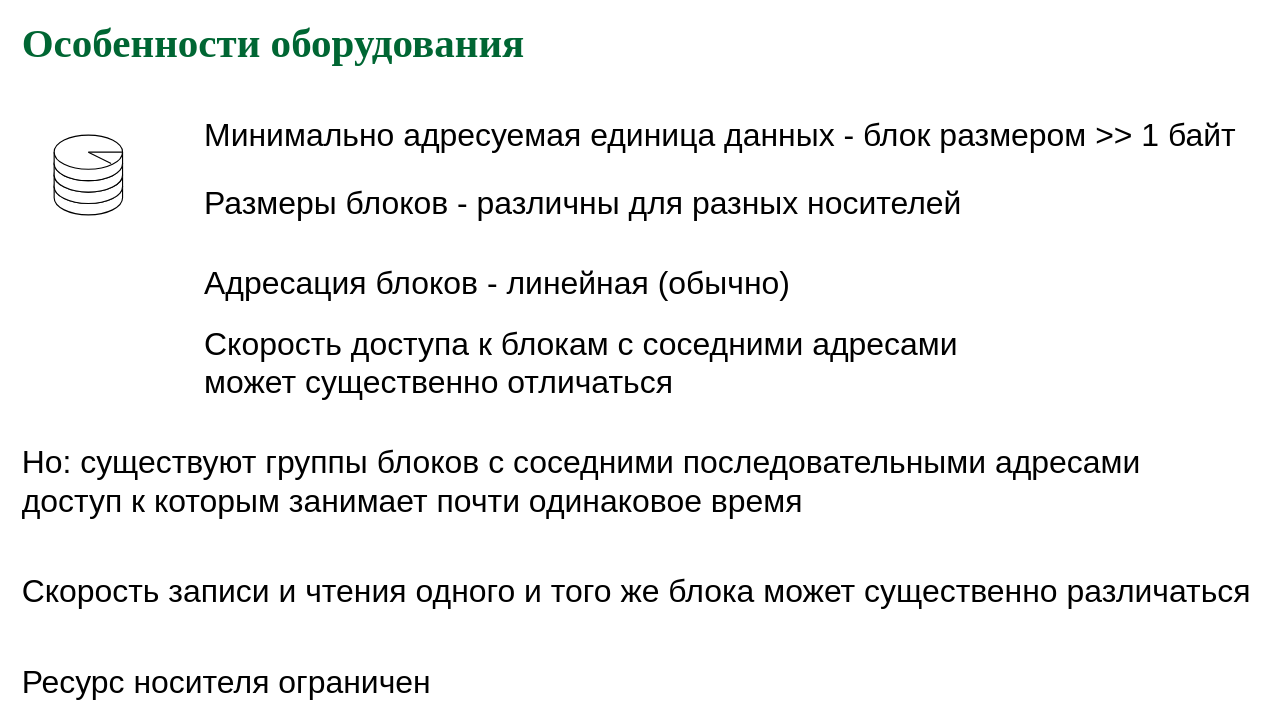
This is page "physfeat" (1 of 18) of slides/extsto.drawio from 77maxikov/os_course, a draw.io file, before an edit. Source tidied: cells renumbered, new cells numbered last; positions are measured from the earlier drawing's top-left corner, leaving out a move shared by most shapes. Both pictures are drawn from the tidied source at 114%, with x=0, y=0 at pixel (19, 32).
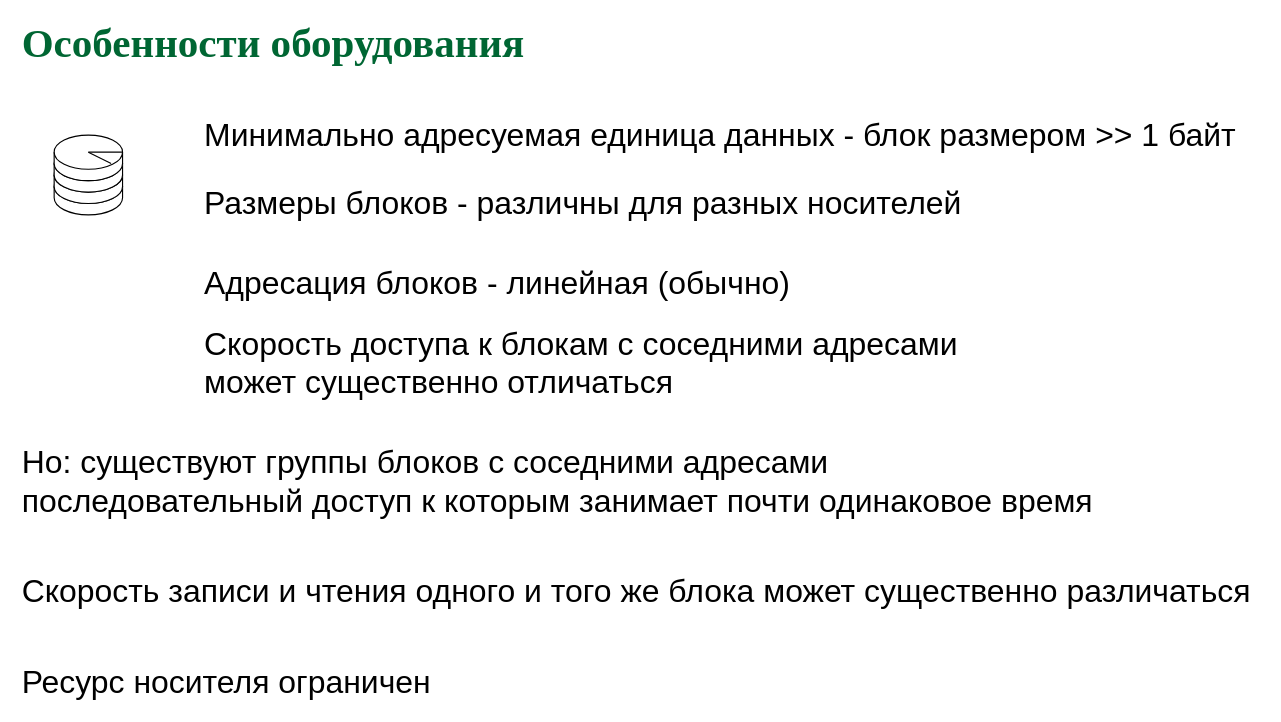
Above is the later version.

Diff of the diagram source:
```diff
@@
 <mxGraphModel>
   <root>
     <mxCell id="0" />
     <mxCell id="1" parent="0" />
     <mxCell id="2" style="shape=cylinder3;whiteSpace=wrap;html=1;boundedLbl=1;backgroundOutline=1;size=15;" parent="1" vertex="1">
       <mxGeometry x="30" y="120" width="60" height="40" as="geometry" />
     </mxCell>
     <mxCell id="3" style="shape=cylinder3;whiteSpace=wrap;html=1;boundedLbl=1;backgroundOutline=1;size=15;" parent="1" vertex="1">
       <mxGeometry x="30" y="110" width="60" height="40" as="geometry" />
     </mxCell>
     <mxCell id="4" style="shape=cylinder3;whiteSpace=wrap;html=1;boundedLbl=1;backgroundOutline=1;size=15;" parent="1" vertex="1">
       <mxGeometry x="30" y="100" width="60" height="40" as="geometry" />
     </mxCell>
     <mxCell id="5" value="&lt;font color=&quot;#006633&quot; face=&quot;garamond&quot;&gt;&lt;span style=&quot;font-size: 36px&quot;&gt;&lt;b&gt;Особенности оборудования&lt;/b&gt;&lt;/span&gt;&lt;/font&gt;" style="text;html=1;align=left;verticalAlign=middle;whiteSpace=wrap;rounded=0;" parent="1" vertex="1">
       <mxGeometry width="920" height="20" as="geometry" />
     </mxCell>
     <mxCell id="6" value="&lt;span style=&quot;font-size: 28px&quot;&gt;Минимально адресуемая единица данных - блок размером &amp;gt;&amp;gt; 1 байт&lt;/span&gt;" style="text;html=1;align=left;verticalAlign=middle;" parent="1" vertex="1">
       <mxGeometry x="160" y="80" width="920" height="20" as="geometry" />
     </mxCell>
     <mxCell id="7" style="shape=cylinder3;whiteSpace=wrap;html=1;boundedLbl=1;backgroundOutline=1;size=15;" parent="1" vertex="1">
       <mxGeometry x="30" y="90" width="60" height="40" as="geometry" />
     </mxCell>
     <mxCell id="8" value="&lt;span style=&quot;font-size: 28px&quot;&gt;Размеры блоков - различны для разных носителей&lt;/span&gt;" style="text;html=1;align=left;verticalAlign=middle;" parent="1" vertex="1">
       <mxGeometry x="160" y="140" width="680" height="20" as="geometry" />
     </mxCell>
     <mxCell id="9" style="endArrow=none;html=1;" parent="1" edge="1">
       <mxGeometry relative="1" as="geometry">
         <mxPoint x="60" y="105" as="sourcePoint" />
         <mxPoint x="80" y="115" as="targetPoint" />
       </mxGeometry>
     </mxCell>
     <mxCell id="10" style="endArrow=none;html=1;" parent="1" edge="1">
       <mxGeometry relative="1" as="geometry">
         <mxPoint x="60" y="105" as="sourcePoint" />
         <mxPoint x="90" y="105" as="targetPoint" />
       </mxGeometry>
     </mxCell>
     <mxCell id="11" value="&lt;span style=&quot;font-size: 28px&quot;&gt;Адресация блоков - линейная (&lt;/span&gt;&lt;span style=&quot;font-size: 28px&quot;&gt;обычно&lt;/span&gt;&lt;span style=&quot;font-size: 28px&quot;&gt;)&lt;/span&gt;" style="text;html=1;align=left;verticalAlign=middle;" parent="1" vertex="1">
       <mxGeometry x="160" y="210" width="530" height="20" as="geometry" />
     </mxCell>
     <mxCell id="12" value="&lt;span style=&quot;font-size: 28px&quot;&gt;Скорость доступа к блокам с соседними адресами &lt;br&gt;может существенно отличаться&lt;/span&gt;" style="text;html=1;align=left;verticalAlign=middle;" parent="1" vertex="1">
       <mxGeometry x="160" y="270" width="680" height="40" as="geometry" />
     </mxCell>
-    <mxCell id="13" value="&lt;span style=&quot;font-size: 28px&quot;&gt;Но: существуют группы блоков с соседними последовательными адресами&lt;br&gt;доступ к которым занимает почти одинаковое время&lt;br&gt;&lt;/span&gt;" style="text;html=1;align=left;verticalAlign=middle;" parent="1" vertex="1">
-      <mxGeometry y="374" width="1000" height="40" as="geometry" />
+    <mxCell id="13" value="&lt;span style=&quot;font-size: 28px&quot;&gt;Но: существуют группы блоков с соседними адресами&lt;br&gt;&lt;/span&gt;&lt;span style=&quot;font-size: 28px&quot;&gt;последовательный&amp;nbsp;&lt;/span&gt;&lt;span style=&quot;font-size: 28px&quot;&gt;доступ к которым занимает почти одинаковое время&lt;br&gt;&lt;/span&gt;" style="text;html=1;align=left;verticalAlign=middle;" parent="1" vertex="1">
+      <mxGeometry y="374" width="950" height="40" as="geometry" />
     </mxCell>
     <mxCell id="14" value="&lt;span style=&quot;font-size: 28px&quot;&gt;Скорость записи и чтения одного и того же блока может существенно различаться&lt;br&gt;&lt;/span&gt;" style="text;html=1;align=left;verticalAlign=middle;" parent="1" vertex="1">
       <mxGeometry y="480" width="1090" height="20" as="geometry" />
     </mxCell>
     <mxCell id="15" value="&lt;span style=&quot;font-size: 28px&quot;&gt;Ресурс носителя ограничен&lt;br&gt;&lt;/span&gt;" style="text;html=1;align=left;verticalAlign=middle;" parent="1" vertex="1">
       <mxGeometry y="560" width="370" height="20" as="geometry" />
     </mxCell>
   </root>
 </mxGraphModel>
```
